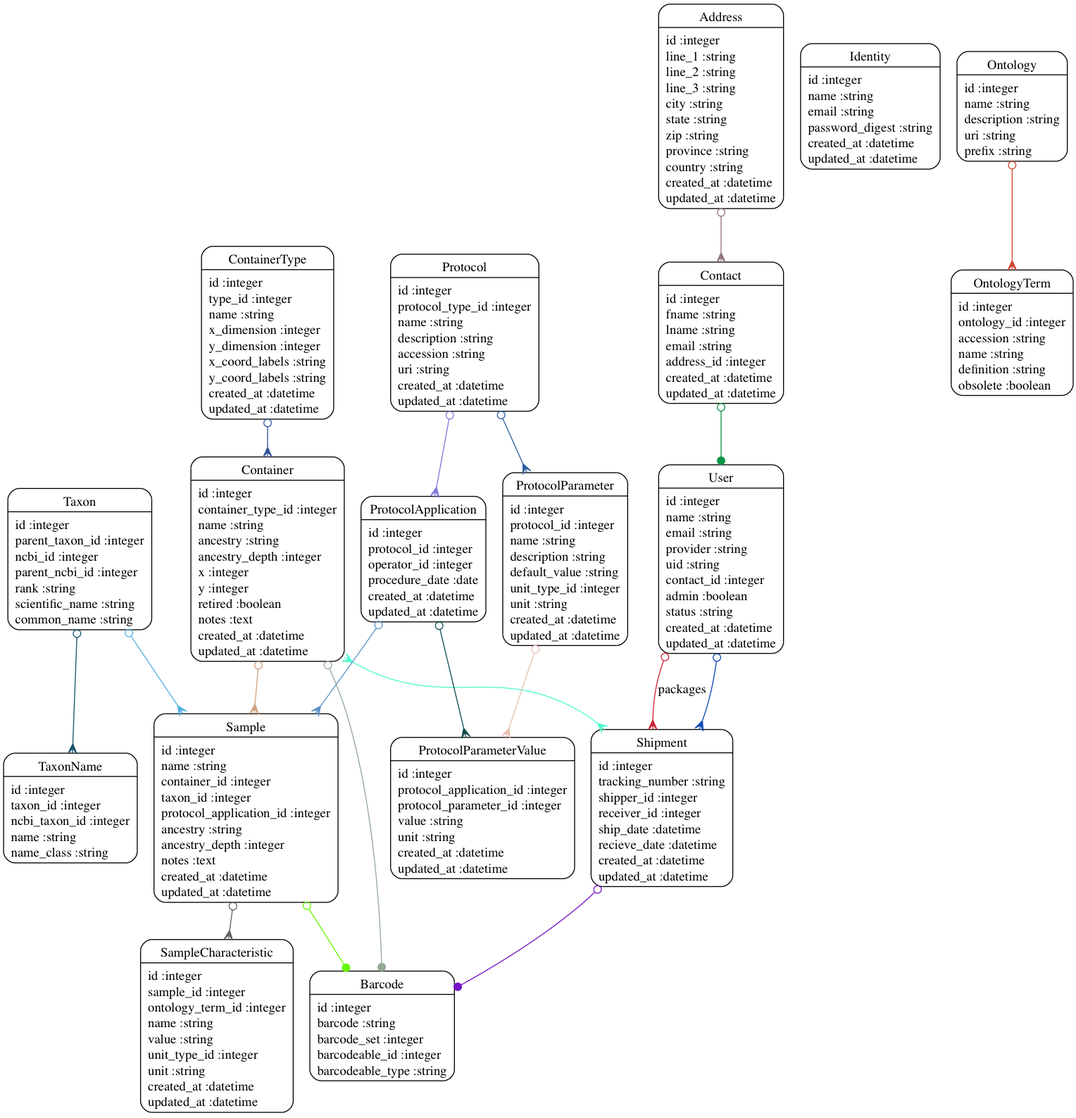
The Graphviz diagram models.png in dimitras/collos, before a commit. Its source is kept beside it as models.dot.
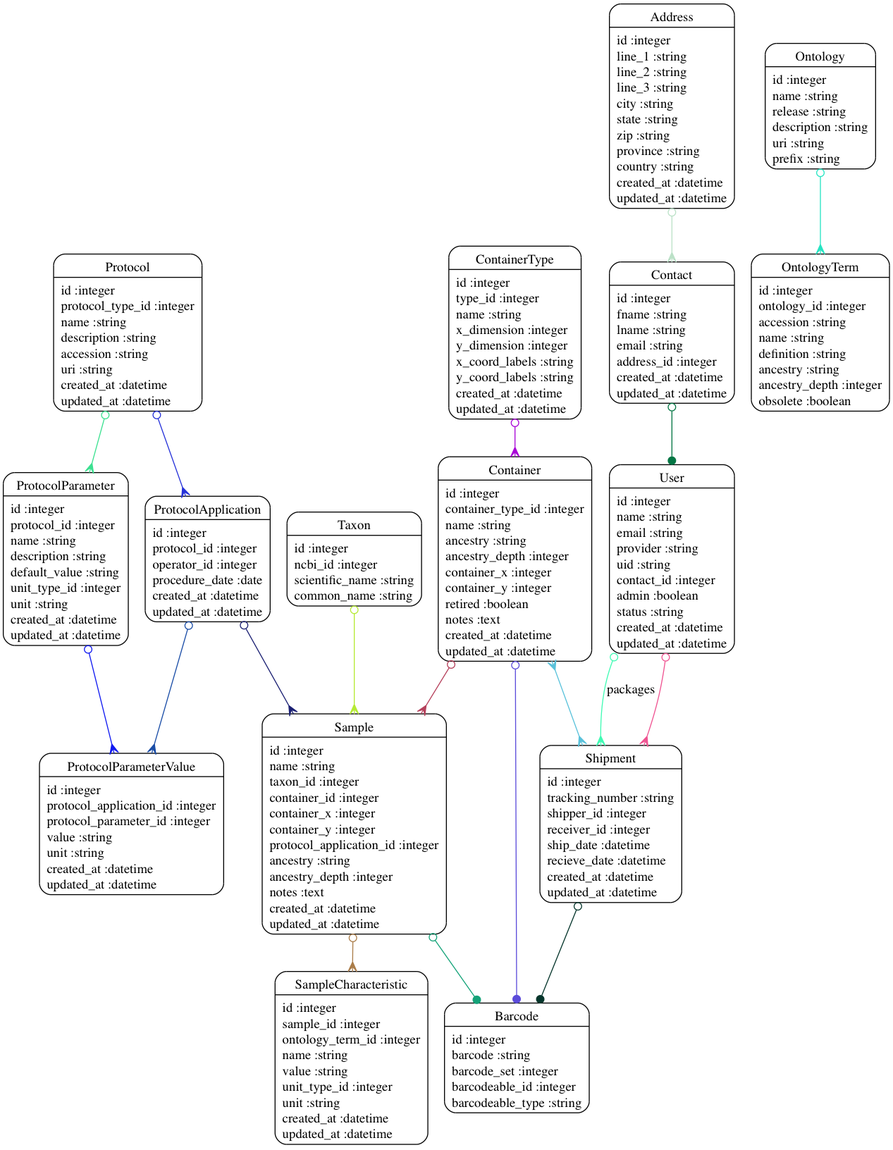
Later version of the same file.

Diff of the diagram source:
```diff
@@ -3,38 +3,35 @@
 	"Address" [shape=Mrecord, label="{Address|id :integer\lline_1 :string\lline_2 :string\lline_3 :string\lcity :string\lstate :string\lzip :string\lprovince :string\lcountry :string\lcreated_at :datetime\lupdated_at :datetime\l}"]
 	"Barcode" [shape=Mrecord, label="{Barcode|id :integer\lbarcode :string\lbarcode_set :integer\lbarcodeable_id :integer\lbarcodeable_type :string\l}"]
 	"Contact" [shape=Mrecord, label="{Contact|id :integer\lfname :string\llname :string\lemail :string\laddress_id :integer\lcreated_at :datetime\lupdated_at :datetime\l}"]
-	"Container" [shape=Mrecord, label="{Container|id :integer\lcontainer_type_id :integer\lname :string\lancestry :string\lancestry_depth :integer\lx :integer\ly :integer\lretired :boolean\lnotes :text\lcreated_at :datetime\lupdated_at :datetime\l}"]
+	"Container" [shape=Mrecord, label="{Container|id :integer\lcontainer_type_id :integer\lname :string\lancestry :string\lancestry_depth :integer\lcontainer_x :integer\lcontainer_y :integer\lretired :boolean\lnotes :text\lcreated_at :datetime\lupdated_at :datetime\l}"]
 	"ContainerType" [shape=Mrecord, label="{ContainerType|id :integer\ltype_id :integer\lname :string\lx_dimension :integer\ly_dimension :integer\lx_coord_labels :string\ly_coord_labels :string\lcreated_at :datetime\lupdated_at :datetime\l}"]
-	"Identity" [shape=Mrecord, label="{Identity|id :integer\lname :string\lemail :string\lpassword_digest :string\lcreated_at :datetime\lupdated_at :datetime\l}"]
-	"Ontology" [shape=Mrecord, label="{Ontology|id :integer\lname :string\ldescription :string\luri :string\lprefix :string\l}"]
-	"OntologyTerm" [shape=Mrecord, label="{OntologyTerm|id :integer\lontology_id :integer\laccession :string\lname :string\ldefinition :string\lobsolete :boolean\l}"]
+	"Ontology" [shape=Mrecord, label="{Ontology|id :integer\lname :string\lrelease :string\ldescription :string\luri :string\lprefix :string\l}"]
+	"OntologyTerm" [shape=Mrecord, label="{OntologyTerm|id :integer\lontology_id :integer\laccession :string\lname :string\ldefinition :string\lancestry :string\lancestry_depth :integer\lobsolete :boolean\l}"]
 	"Protocol" [shape=Mrecord, label="{Protocol|id :integer\lprotocol_type_id :integer\lname :string\ldescription :string\laccession :string\luri :string\lcreated_at :datetime\lupdated_at :datetime\l}"]
 	"ProtocolApplication" [shape=Mrecord, label="{ProtocolApplication|id :integer\lprotocol_id :integer\loperator_id :integer\lprocedure_date :date\lcreated_at :datetime\lupdated_at :datetime\l}"]
 	"ProtocolParameter" [shape=Mrecord, label="{ProtocolParameter|id :integer\lprotocol_id :integer\lname :string\ldescription :string\ldefault_value :string\lunit_type_id :integer\lunit :string\lcreated_at :datetime\lupdated_at :datetime\l}"]
 	"ProtocolParameterValue" [shape=Mrecord, label="{ProtocolParameterValue|id :integer\lprotocol_application_id :integer\lprotocol_parameter_id :integer\lvalue :string\lunit :string\lcreated_at :datetime\lupdated_at :datetime\l}"]
-	"Sample" [shape=Mrecord, label="{Sample|id :integer\lname :string\lcontainer_id :integer\ltaxon_id :integer\lprotocol_application_id :integer\lancestry :string\lancestry_depth :integer\lnotes :text\lcreated_at :datetime\lupdated_at :datetime\l}"]
+	"Sample" [shape=Mrecord, label="{Sample|id :integer\lname :string\ltaxon_id :integer\lcontainer_id :integer\lcontainer_x :integer\lcontainer_y :integer\lprotocol_application_id :integer\lancestry :string\lancestry_depth :integer\lnotes :text\lcreated_at :datetime\lupdated_at :datetime\l}"]
 	"SampleCharacteristic" [shape=Mrecord, label="{SampleCharacteristic|id :integer\lsample_id :integer\lontology_term_id :integer\lname :string\lvalue :string\lunit_type_id :integer\lunit :string\lcreated_at :datetime\lupdated_at :datetime\l}"]
 	"Shipment" [shape=Mrecord, label="{Shipment|id :integer\ltracking_number :string\lshipper_id :integer\lreceiver_id :integer\lship_date :datetime\lrecieve_date :datetime\lcreated_at :datetime\lupdated_at :datetime\l}"]
-	"Taxon" [shape=Mrecord, label="{Taxon|id :integer\lparent_taxon_id :integer\lncbi_id :integer\lparent_ncbi_id :integer\lrank :string\lscientific_name :string\lcommon_name :string\l}"]
-	"TaxonName" [shape=Mrecord, label="{TaxonName|id :integer\ltaxon_id :integer\lncbi_taxon_id :integer\lname :string\lname_class :string\l}"]
+	"Taxon" [shape=Mrecord, label="{Taxon|id :integer\lncbi_id :integer\lscientific_name :string\lcommon_name :string\l}"]
 	"User" [shape=Mrecord, label="{User|id :integer\lname :string\lemail :string\lprovider :string\luid :string\lcontact_id :integer\ladmin :boolean\lstatus :string\lcreated_at :datetime\lupdated_at :datetime\l}"]
-	"Address" -> "Contact" [arrowtail=odot, arrowhead=crow, dir=both color="#927284"]
-	"Contact" -> "User" [arrowtail=odot, arrowhead=dot, dir=both color="#0B9546"]
-	"Container" -> "Sample" [arrowtail=odot, arrowhead=crow, dir=both color="#CFA17F"]
-	"Container" -> "Barcode" [arrowtail=odot, arrowhead=dot, dir=both color="#93AA95"]
-	"Container" -> "Shipment" [arrowtail=crow, arrowhead=crow, dir=both color="#50FBCF"]
-	"ContainerType" -> "Container" [arrowtail=odot, arrowhead=crow, dir=both color="#34529C"]
-	"Ontology" -> "OntologyTerm" [arrowtail=odot, arrowhead=crow, dir=both color="#D04530"]
-	"Protocol" -> "ProtocolApplication" [arrowtail=odot, arrowhead=crow, dir=both color="#8279DC"]
-	"Protocol" -> "ProtocolParameter" [arrowtail=odot, arrowhead=crow, dir=both color="#2C5D9F"]
-	"ProtocolApplication" -> "Sample" [arrowtail=odot, arrowhead=crow, dir=both color="#5D93C7"]
-	"ProtocolApplication" -> "ProtocolParameterValue" [arrowtail=odot, arrowhead=crow, dir=both color="#134D4E"]
-	"ProtocolParameter" -> "ProtocolParameterValue" [arrowtail=odot, arrowhead=crow, dir=both color="#E8BEB2"]
-	"Sample" -> "Barcode" [arrowtail=odot, arrowhead=dot, dir=both color="#65F602"]
-	"Sample" -> "SampleCharacteristic" [arrowtail=odot, arrowhead=crow, dir=both color="#60635E"]
-	"Shipment" -> "Barcode" [arrowtail=odot, arrowhead=dot, dir=both color="#7713C7"]
-	"Taxon" -> "Sample" [arrowtail=odot, arrowhead=crow, dir=both color="#53ADE2"]
-	"Taxon" -> "TaxonName" [arrowtail=odot, arrowhead=crow, dir=both color="#17546B"]
-	"User" -> "Shipment" [arrowtail=odot, arrowhead=crow, dir=both color="#0D46B5"]
-	"User" -> "Shipment" [label="packages", arrowtail=odot, arrowhead=crow, dir=both color="#CE2334"]
+	"Address" -> "Contact" [arrowtail=odot, arrowhead=crow, dir=both color="#BBE1C7"]
+	"Contact" -> "User" [arrowtail=odot, arrowhead=dot, dir=both color="#047644"]
+	"Container" -> "Sample" [arrowtail=odot, arrowhead=crow, dir=both color="#B5405B"]
+	"Container" -> "Barcode" [arrowtail=odot, arrowhead=dot, dir=both color="#5B4BDA"]
+	"Container" -> "Shipment" [arrowtail=crow, arrowhead=crow, dir=both color="#59C1DA"]
+	"ContainerType" -> "Container" [arrowtail=odot, arrowhead=crow, dir=both color="#A805D6"]
+	"Ontology" -> "OntologyTerm" [arrowtail=odot, arrowhead=crow, dir=both color="#26E4C2"]
+	"Protocol" -> "ProtocolApplication" [arrowtail=odot, arrowhead=crow, dir=both color="#2531D8"]
+	"Protocol" -> "ProtocolParameter" [arrowtail=odot, arrowhead=crow, dir=both color="#3BE090"]
+	"ProtocolApplication" -> "Sample" [arrowtail=odot, arrowhead=crow, dir=both color="#1A1F72"]
+	"ProtocolApplication" -> "ProtocolParameterValue" [arrowtail=odot, arrowhead=crow, dir=both color="#194CA6"]
+	"ProtocolParameter" -> "ProtocolParameterValue" [arrowtail=odot, arrowhead=crow, dir=both color="#0F18F0"]
+	"Sample" -> "Barcode" [arrowtail=odot, arrowhead=dot, dir=both color="#14A278"]
+	"Sample" -> "SampleCharacteristic" [arrowtail=odot, arrowhead=crow, dir=both color="#AA7C48"]
+	"Shipment" -> "Barcode" [arrowtail=odot, arrowhead=dot, dir=both color="#05352B"]
+	"Taxon" -> "Sample" [arrowtail=odot, arrowhead=crow, dir=both color="#B5EA33"]
+	"User" -> "Shipment" [arrowtail=odot, arrowhead=crow, dir=both color="#EF5391"]
+	"User" -> "Shipment" [label="packages", arrowtail=odot, arrowhead=crow, dir=both color="#40FAB3"]
 }
```
